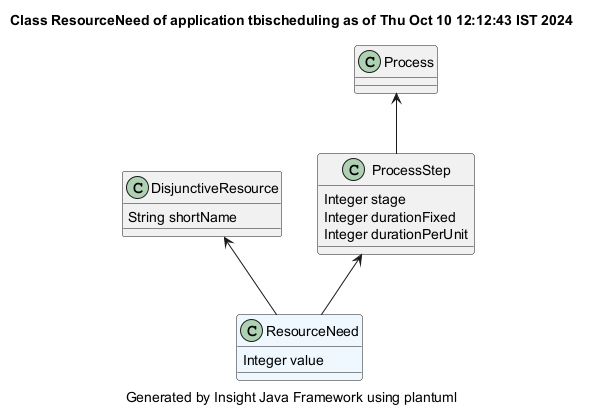
Earlier version of the PlantUML export demonstrator/tbischeduling/site/plantuml/ResourceNeed.png (hsimonis/schedulingtraining).
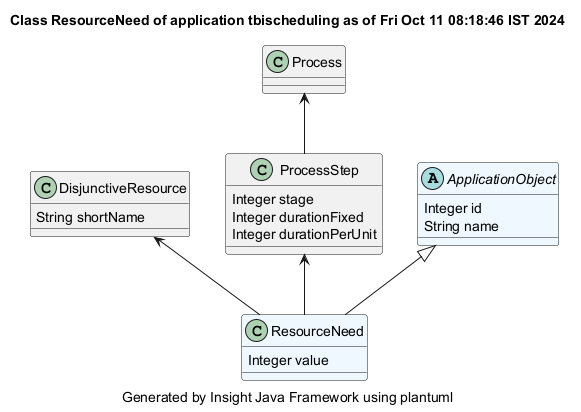
After the commit.

Change to the diagram source:
```diff
@@ -1,5 +1,5 @@
 @startuml
-title Class ResourceNeed of application tbischeduling as of Thu Oct 10 12:12:43 IST 2024
+title Class ResourceNeed of application tbischeduling as of Fri Oct 11 08:18:46 IST 2024
 caption Generated by Insight Java Framework using plantuml
 class ResourceNeed #aliceblue
 ResourceNeed : Integer value
@@ -17,4 +17,9 @@
 Process  <-- ProcessStep
 class Process
 
+abstract ApplicationObject #aliceblue
+ApplicationObject : Integer id
+ApplicationObject : String name
+
+ApplicationObject <|-- ResourceNeed
 @enduml
```
